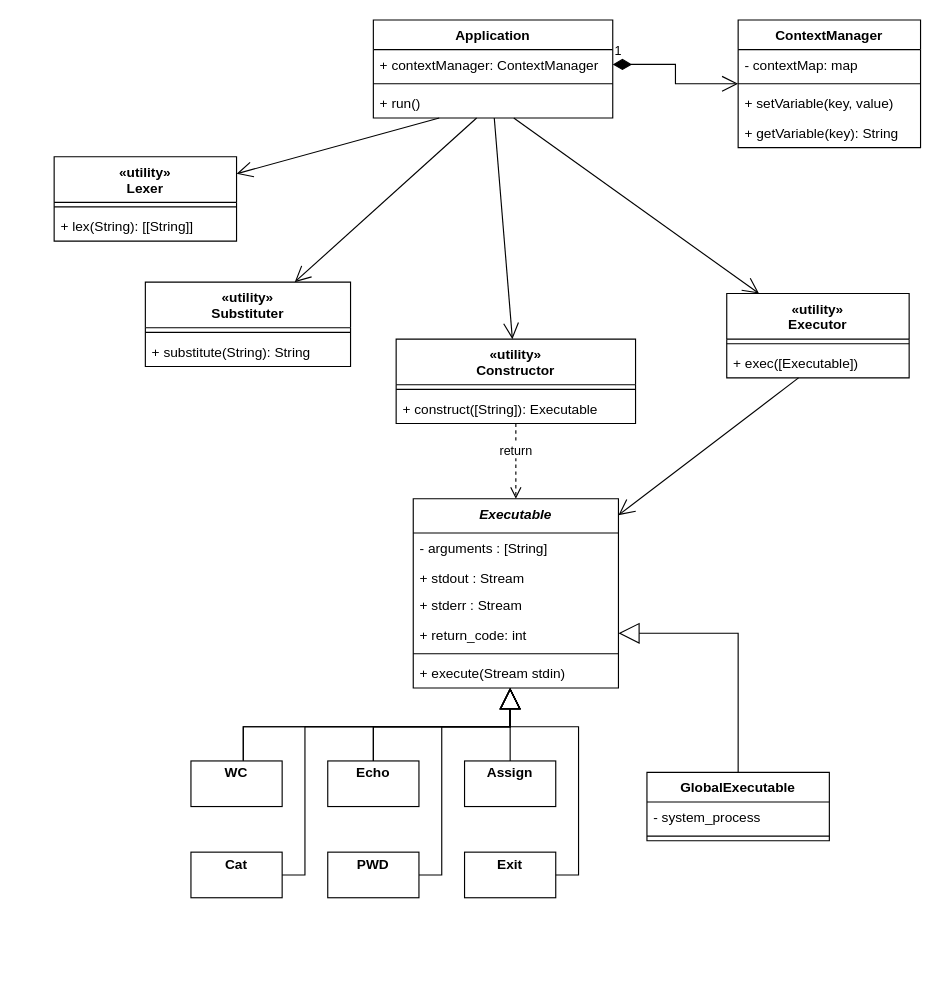
Before: architecture/cli-class_scheme.drawio in kgamora/cli-itmo-sd-2023, a draw.io diagram. Source tidied: cells renumbered, new cells numbered last; positions are measured from the earlier drawing's top-left corner, leaving out a move shared by most shapes. Both pictures are drawn from the tidied source at 114%, with x=0, y=0 at pixel (54, 19).
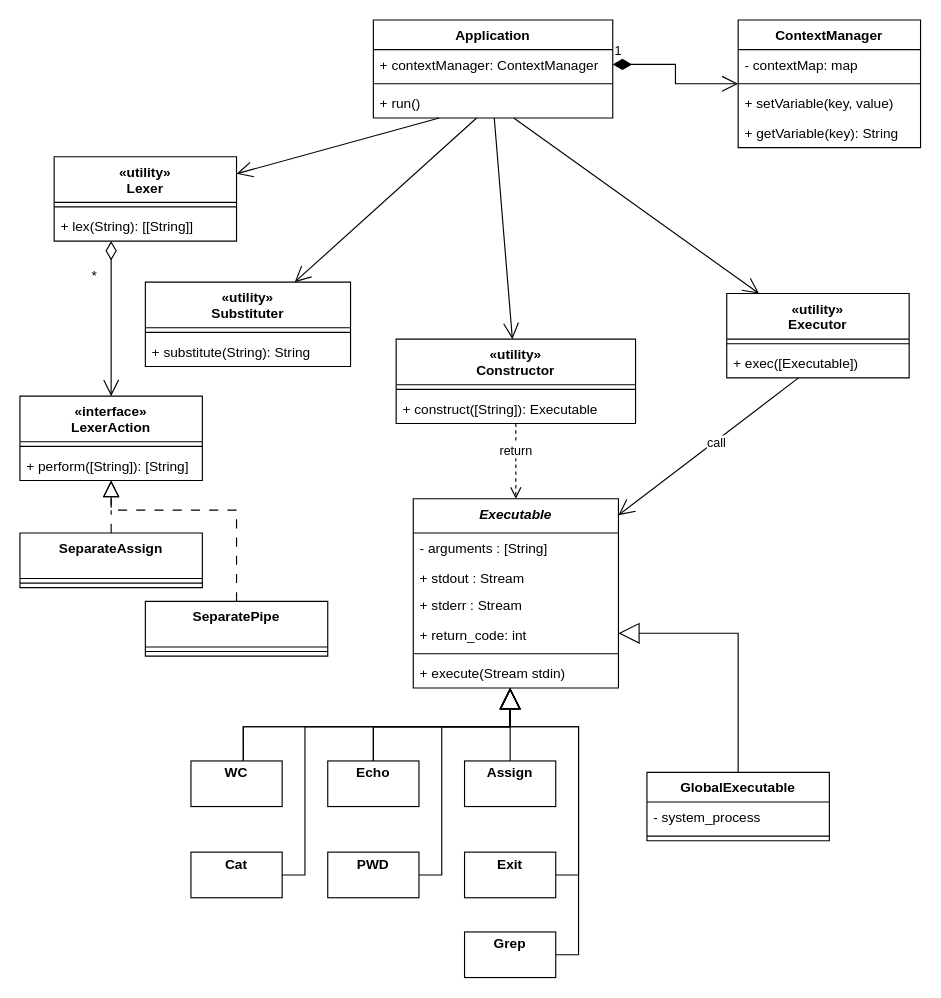
After the change.

Unchanged cells that the change refers to:
```xml
<mxCell id="11" value="«utility»&#10;Lexer" style="swimlane;fontStyle=1;align=center;verticalAlign=top;horizontal=1;startSize=40;" parent="1" vertex="1">
  <mxGeometry y="120" width="160" height="74" as="geometry" />
</mxCell>
<mxCell id="20" value="Executable" style="swimlane;fontStyle=3;align=center;verticalAlign=top;horizontal=1;startSize=30;" parent="1" vertex="1">
  <mxGeometry x="315" y="420" width="180" height="166" as="geometry" />
</mxCell>
<mxCell id="52" style="endArrow=open;endFill=1;endSize=12;html=1;rounded=0;" parent="1" edge="1" source="45" target="20">
  <mxGeometry relative="1" as="geometry" />
</mxCell>
```

The edit, as a diff of the source:
```diff
@@
+    <mxCell id="55" value="call" style="edgeLabel;html=1;align=center;verticalAlign=middle;" parent="52" vertex="1">
+      <mxGeometry x="-0.07" y="1" relative="1" as="geometry" />
+    </mxCell>
@@
+    <mxCell id="56" value="«interface»&#10;LexerAction" style="swimlane;fontStyle=1;align=center;verticalAlign=top;horizontal=1;startSize=40;" parent="1" vertex="1">
+      <mxGeometry x="-30" y="330" width="160" height="74" as="geometry" />
+    </mxCell>
+    <mxCell id="57" style="line;strokeWidth=1;fillColor=none;align=left;verticalAlign=middle;spacingTop=-1;spacingLeft=3;spacingRight=3;labelPosition=right;strokeColor=inherit;" parent="56" vertex="1">
+      <mxGeometry y="40" width="160" height="8" as="geometry" />
+    </mxCell>
+    <mxCell id="58" value="+ perform([String]): [String]" style="text;strokeColor=none;fillColor=none;align=left;verticalAlign=top;spacingLeft=4;spacingRight=4;overflow=hidden;" parent="56" vertex="1">
+      <mxGeometry y="48" width="160" height="26" as="geometry" />
+    </mxCell>
+    <mxCell id="59" style="endArrow=open;html=1;endSize=12;startArrow=diamondThin;startSize=14;startFill=0;edgeStyle=orthogonalEdgeStyle;align=left;verticalAlign=bottom;rounded=0;" parent="1" edge="1" source="11" target="56">
+      <mxGeometry x="-1" y="3" relative="1" as="geometry">
+        <Array as="points">
+          <mxPoint x="50" y="220" />
+          <mxPoint x="50" y="220" />
+        </Array>
+      </mxGeometry>
+    </mxCell>
+    <mxCell id="60" style="edgeStyle=orthogonalEdgeStyle;rounded=0;jettySize=auto;html=1;endArrow=block;endFill=0;startSize=6;endSize=12;dashed=1;dashPattern=8 8;" parent="1" edge="1" source="61" target="56">
+      <mxGeometry relative="1" as="geometry" />
+    </mxCell>
+    <mxCell id="61" value="SeparateAssign" style="swimlane;fontStyle=1;align=center;verticalAlign=top;horizontal=1;startSize=40;" parent="1" vertex="1">
+      <mxGeometry x="-30" y="450" width="160" height="48" as="geometry" />
+    </mxCell>
+    <mxCell id="62" style="line;strokeWidth=1;fillColor=none;align=left;verticalAlign=middle;spacingTop=-1;spacingLeft=3;spacingRight=3;labelPosition=right;strokeColor=inherit;" parent="61" vertex="1">
+      <mxGeometry y="40" width="160" height="8" as="geometry" />
+    </mxCell>
+    <mxCell id="63" value="SeparatePipe" style="swimlane;fontStyle=1;align=center;verticalAlign=top;horizontal=1;startSize=40;" parent="1" vertex="1">
+      <mxGeometry x="80" y="510" width="160" height="48" as="geometry" />
+    </mxCell>
+    <mxCell id="64" style="line;strokeWidth=1;fillColor=none;align=left;verticalAlign=middle;spacingTop=-1;spacingLeft=3;spacingRight=3;labelPosition=right;strokeColor=inherit;" parent="63" vertex="1">
+      <mxGeometry y="40" width="160" height="8" as="geometry" />
+    </mxCell>
+    <mxCell id="65" style="edgeStyle=orthogonalEdgeStyle;rounded=0;jettySize=auto;html=1;endArrow=block;endFill=0;startSize=6;endSize=12;dashed=1;dashPattern=8 8;" parent="1" edge="1" source="63" target="56">
+      <mxGeometry relative="1" as="geometry">
+        <Array as="points">
+          <mxPoint x="160" y="430" />
+          <mxPoint x="50" y="430" />
+        </Array>
+      </mxGeometry>
+    </mxCell>
+    <mxCell id="66" value="*" style="text;html=1;align=center;verticalAlign=middle;strokeColor=none;fillColor=none;" parent="1" vertex="1">
+      <mxGeometry x="20" y="210" width="30" height="30" as="geometry" />
+    </mxCell>
+    <mxCell id="67" value="&lt;p style=&quot;margin:0px;margin-top:4px;text-align:center;&quot;&gt;&lt;b&gt;Grep&lt;/b&gt;&lt;/p&gt;" style="verticalAlign=top;align=left;overflow=fill;fontSize=12;fontFamily=Helvetica;html=1;" parent="1" vertex="1">
+      <mxGeometry x="360" y="800" width="80" height="40" as="geometry" />
+    </mxCell>
+    <mxCell id="68" style="endArrow=block;endSize=16;endFill=0;html=1;strokeColor=default;rounded=0;edgeStyle=orthogonalEdgeStyle;" parent="1" edge="1" source="67" target="20">
+      <mxGeometry relative="1" as="geometry">
+        <Array as="points">
+          <mxPoint x="460" y="820" />
+          <mxPoint x="460" y="620" />
+          <mxPoint x="400" y="620" />
+        </Array>
+      </mxGeometry>
+    </mxCell>
```
